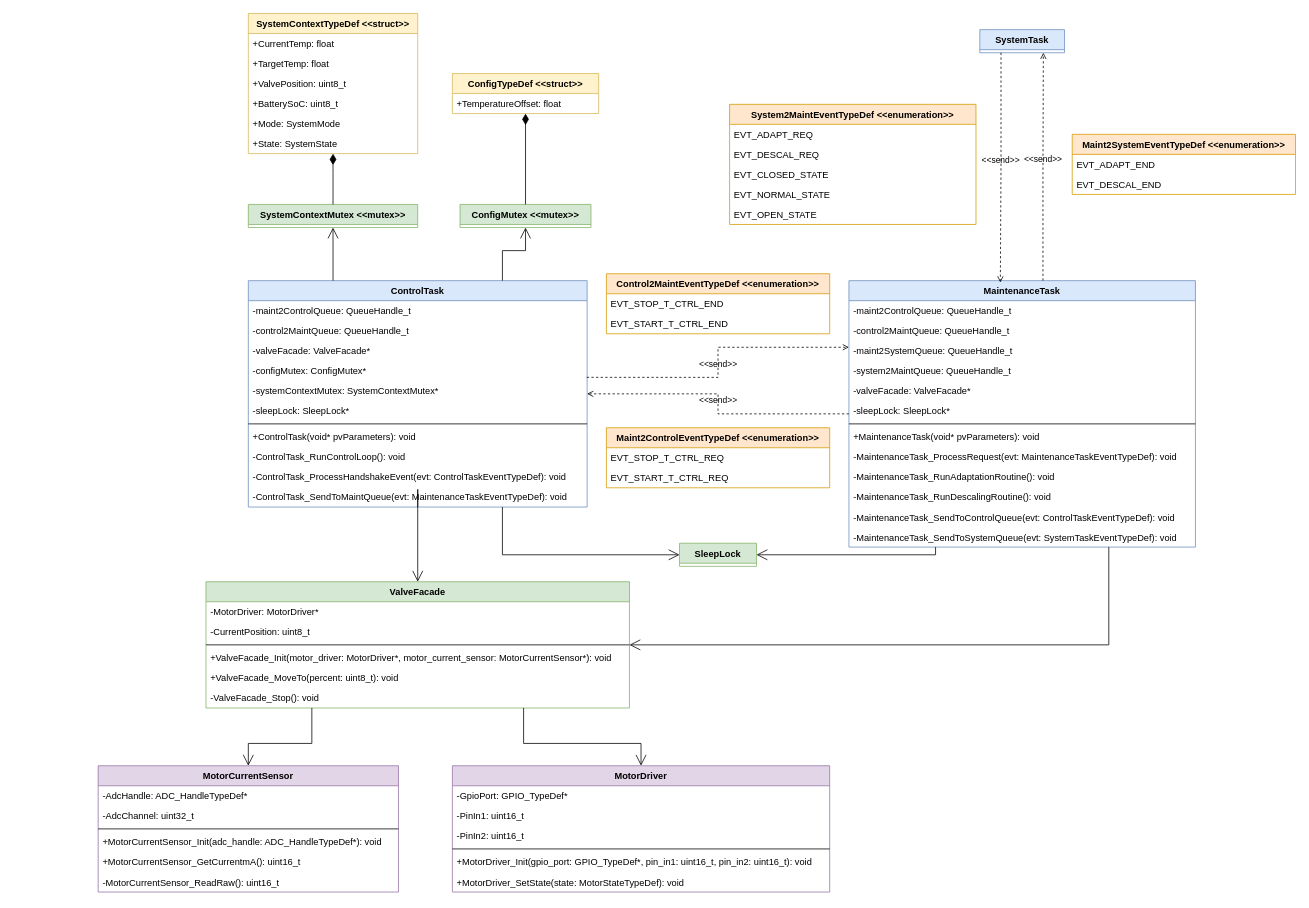
Earlier version of the draw.io diagram page "actuation" (4 of 6) of software/diagrams/mt-rt-sw-design.drawio (MiraTherm/miratherm-radiator-thermostat-documentation). Source tidied: cells renumbered, new cells numbered last; positions are measured from the earlier drawing's top-left corner, leaving out a move shared by most shapes. Both pictures are drawn from the tidied source at 77%, with x=0, y=0 at pixel (98, 13).
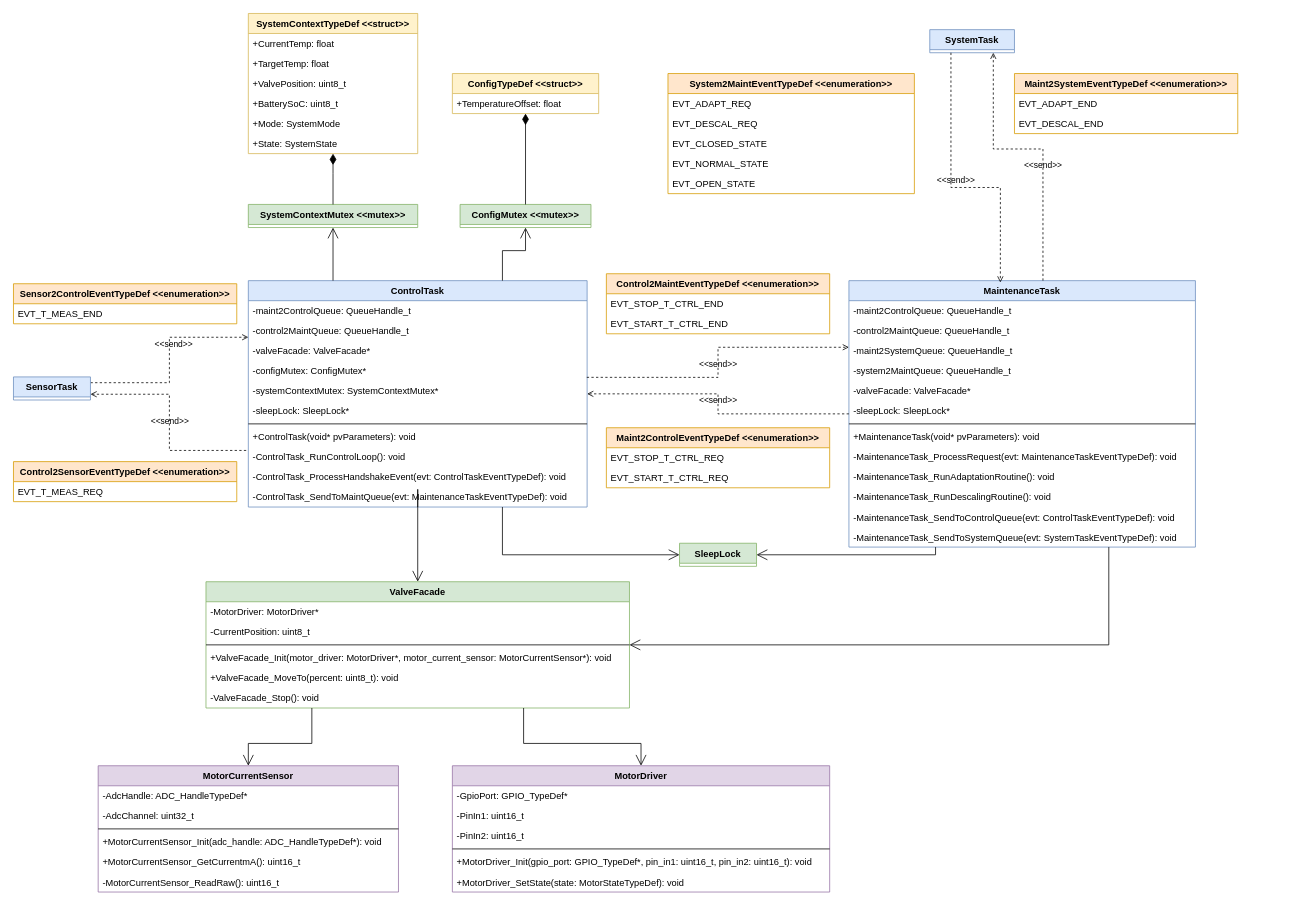
The same diagram, later.

The change refers to these unchanged cells:
```xml
<mxCell id="30" value="MaintenanceTask" style="swimlane;fontStyle=1;horizontal=1;startSize=26;fillColor=#dae8fc;strokeColor=#6c8ebf;" parent="1" vertex="1">
  <mxGeometry x="975" y="347" width="450" height="346" as="geometry" />
</mxCell>
<mxCell id="44" value="ControlTask" style="swimlane;fontStyle=1;horizontal=1;startSize=26;fillColor=#dae8fc;strokeColor=#6c8ebf;" parent="1" vertex="1">
  <mxGeometry x="195" y="347" width="440" height="294" as="geometry" />
</mxCell>
```

What changed in the source:
```diff
@@
     <mxCell id="56" value="System2MaintEventTypeDef &lt;&lt;enumeration&gt;&gt;" style="swimlane;fontStyle=1;horizontal=1;startSize=26;fillColor=#ffe6cc;strokeColor=#d79b00;" parent="1" vertex="1">
-      <mxGeometry x="820" y="118" width="320" height="156" as="geometry" />
+      <mxGeometry x="740" y="78" width="320" height="156" as="geometry" />
     </mxCell>
@@
     <mxCell id="69" value="Maint2SystemEventTypeDef &lt;&lt;enumeration&gt;&gt;" style="swimlane;fontStyle=1;horizontal=1;startSize=26;fillColor=#ffe6cc;strokeColor=#d79b00;" parent="1" vertex="1">
-      <mxGeometry x="1265" y="157" width="290" height="78" as="geometry" />
+      <mxGeometry x="1190" y="78" width="290" height="78" as="geometry" />
     </mxCell>
@@
     <mxCell id="83" value="SystemTask" style="swimlane;fontStyle=1;horizontal=1;startSize=26;fillColor=#dae8fc;strokeColor=#6c8ebf;" parent="1" vertex="1" collapsed="1">
-      <mxGeometry x="1145" y="21" width="110" height="30" as="geometry" />
+      <mxGeometry x="1080" y="21" width="110" height="30" as="geometry" />
     </mxCell>
     <mxCell id="84" value="&amp;lt;&amp;lt;send&amp;gt;&amp;gt;" style="endArrow=open;html=1;rounded=0;align=center;verticalAlign=bottom;dashed=1;endFill=0;labelBackgroundColor=none;exitX=0.25;exitY=1;exitDx=0;exitDy=0;edgeStyle=orthogonalEdgeStyle;entryX=0.437;entryY=0.007;entryDx=0;entryDy=0;entryPerimeter=0;" parent="1" edge="1" source="83" target="30">
-      <mxGeometry relative="1" as="geometry" />
+      <mxGeometry relative="1" as="geometry">
+        <Array as="points">
+          <mxPoint x="1107" y="226" />
+          <mxPoint x="1172" y="226" />
+        </Array>
+      </mxGeometry>
     </mxCell>
@@
     <mxCell id="86" value="&amp;lt;&amp;lt;send&amp;gt;&amp;gt;" style="endArrow=open;html=1;rounded=0;align=center;verticalAlign=bottom;dashed=1;endFill=0;labelBackgroundColor=none;edgeStyle=orthogonalEdgeStyle;entryX=0.75;entryY=1;entryDx=0;entryDy=0;exitX=0.56;exitY=0;exitDx=0;exitDy=0;exitPerimeter=0;" parent="1" edge="1" source="30" target="83">
-      <mxGeometry relative="1" as="geometry" />
+      <mxGeometry x="-0.22" relative="1" as="geometry">
+        <Array as="points">
+          <mxPoint x="1227" y="176" />
+          <mxPoint x="1163" y="176" />
+        </Array>
+      </mxGeometry>
     </mxCell>
@@
+    <mxCell id="95" value="Control2SensorEventTypeDef &lt;&lt;enumeration&gt;&gt;" style="swimlane;fontStyle=1;horizontal=1;startSize=26;fillColor=#ffe6cc;strokeColor=#d79b00;" parent="1" vertex="1">
+      <mxGeometry x="-110" y="582" width="290" height="52" as="geometry" />
+    </mxCell>
+    <mxCell id="96" value="EVT_T_MEAS_REQ" style="text;strokeColor=none;fillColor=none;align=left;verticalAlign=top;spacingLeft=4;spacingRight=4;overflow=hidden;" parent="95" vertex="1">
+      <mxGeometry y="26" width="290" height="26" as="geometry" />
+    </mxCell>
+    <mxCell id="97" value="Sensor2ControlEventTypeDef &lt;&lt;enumeration&gt;&gt;" style="swimlane;fontStyle=1;horizontal=1;startSize=26;fillColor=#ffe6cc;strokeColor=#d79b00;" parent="1" vertex="1">
+      <mxGeometry x="-110" y="351" width="290" height="52" as="geometry" />
+    </mxCell>
+    <mxCell id="98" value="EVT_T_MEAS_END" style="text;strokeColor=none;fillColor=none;align=left;verticalAlign=top;spacingLeft=4;spacingRight=4;overflow=hidden;" parent="97" vertex="1">
+      <mxGeometry y="26" width="290" height="26" as="geometry" />
+    </mxCell>
+    <mxCell id="99" value="&amp;lt;&amp;lt;send&amp;gt;&amp;gt;" style="endArrow=open;html=1;rounded=0;align=center;verticalAlign=bottom;dashed=1;endFill=0;labelBackgroundColor=none;edgeStyle=orthogonalEdgeStyle;exitX=1;exitY=0.25;exitDx=0;exitDy=0;entryX=0;entryY=0.25;entryDx=0;entryDy=0;startArrow=none;startFill=0;" parent="1" edge="1" source="103" target="44">
+      <mxGeometry x="0.08" y="-5" relative="1" as="geometry" />
+    </mxCell>
+    <mxCell id="100" style="html=1;align=center;verticalAlign=top;labelBackgroundColor=none;" parent="99" vertex="1">
+      <mxGeometry relative="1" as="geometry" />
+    </mxCell>
+    <mxCell id="101" value="&amp;lt;&amp;lt;send&amp;gt;&amp;gt;" style="endArrow=none;html=1;rounded=0;align=center;verticalAlign=bottom;dashed=1;endFill=0;labelBackgroundColor=none;edgeStyle=orthogonalEdgeStyle;exitX=1;exitY=0.75;exitDx=0;exitDy=0;startArrow=open;startFill=0;entryX=0;entryY=0.75;entryDx=0;entryDy=0;" parent="1" edge="1" source="103" target="44">
+      <mxGeometry x="0.05" relative="1" as="geometry" />
+    </mxCell>
+    <mxCell id="102" style="html=1;align=center;verticalAlign=top;labelBackgroundColor=none;" parent="101" vertex="1">
+      <mxGeometry relative="1" as="geometry" />
+    </mxCell>
+    <mxCell id="103" value="SensorTask" style="swimlane;fontStyle=1;horizontal=1;startSize=26;fillColor=#dae8fc;strokeColor=#6c8ebf;" parent="1" vertex="1" collapsed="1">
+      <mxGeometry x="-110" y="472" width="100" height="30" as="geometry" />
+    </mxCell>
```
